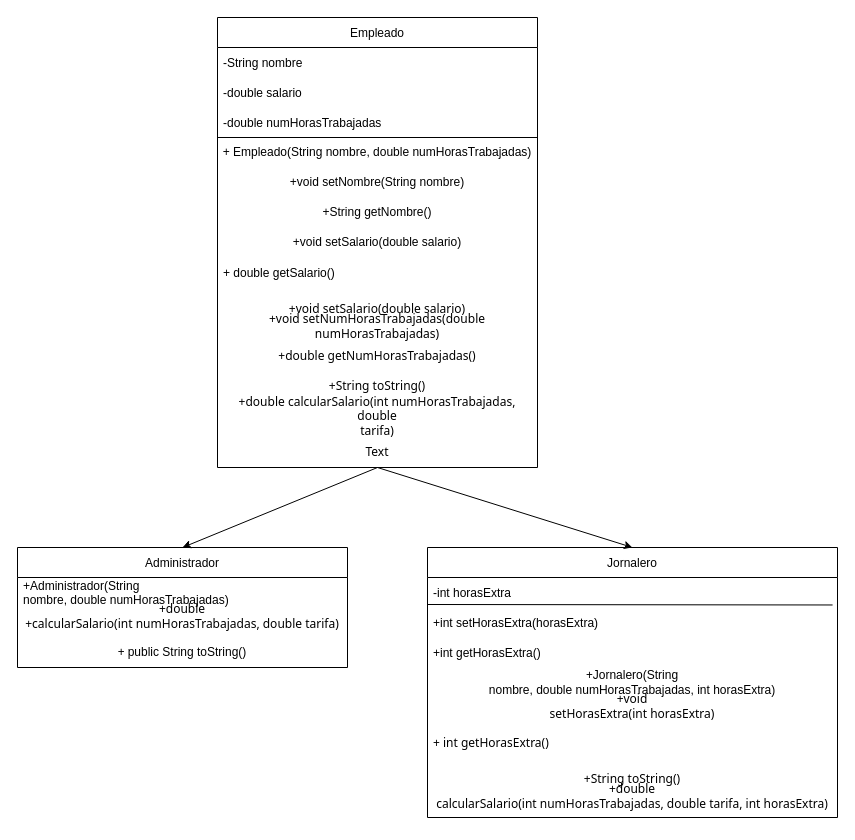
Above: Untitled Diagram.drawio in Ruthbcastro/POO (draw.io), before the change. Source tidied: cells renumbered, new cells numbered last; positions are measured from the earlier drawing's top-left corner, leaving out a move shared by most shapes. Both pictures are drawn from the tidied source at 100%, with x=0, y=0 at pixel (17, 17).
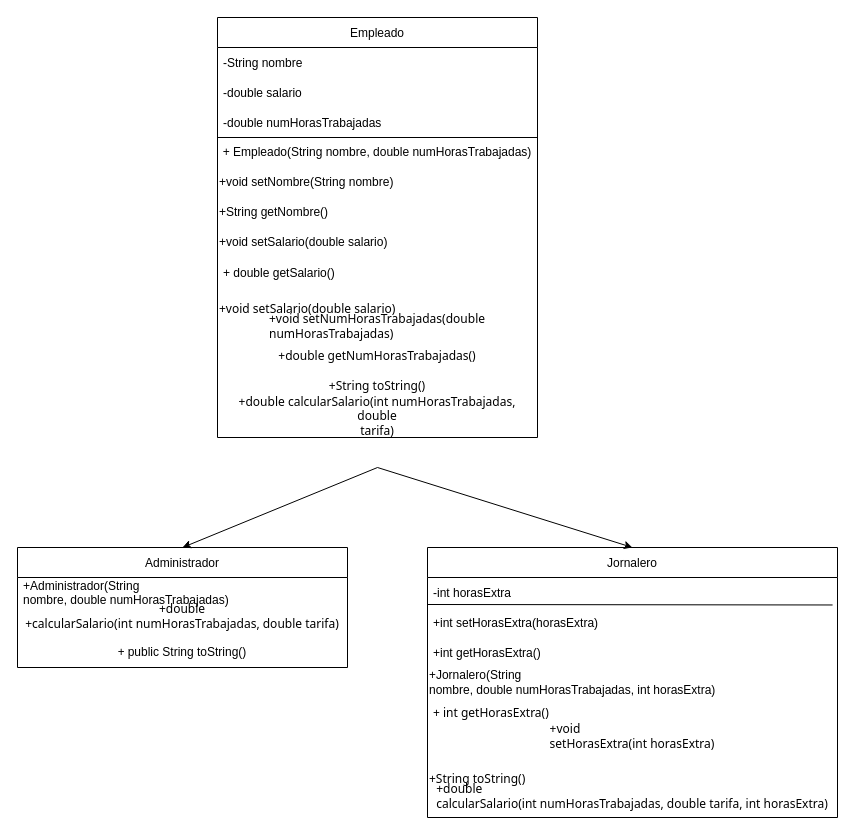
After the change.

The change refers to these unchanged cells:
```xml
<mxCell id="18" value="Jornalero" style="swimlane;fontStyle=0;horizontal=1;startSize=30;" parent="1" vertex="1">
  <mxGeometry x="410" y="530" width="410" height="270" as="geometry" />
</mxCell>
<mxCell id="28" value="Administrador" style="swimlane;fontStyle=0;horizontal=1;startSize=30;" parent="1" vertex="1">
  <mxGeometry y="530" width="330" height="120" as="geometry" />
</mxCell>
```

The edit, as a diff of the source:
```diff
@@
     <mxCell id="2" value="Empleado" style="swimlane;fontStyle=0;horizontal=1;startSize=30;" parent="1" vertex="1">
-      <mxGeometry x="200" width="320" height="450" as="geometry" />
+      <mxGeometry x="200" width="320" height="420" as="geometry" />
     </mxCell>
@@
-    <mxCell id="8" value="+void setNombre(String nombre)" style="text;html=1;strokeColor=none;fillColor=none;align=center;verticalAlign=middle;whiteSpace=wrap;rounded=0;" parent="2" vertex="1">
+    <mxCell id="8" value="+void setNombre(String nombre)" style="text;html=1;strokeColor=none;fillColor=none;align=left;verticalAlign=middle;whiteSpace=wrap;rounded=0;" parent="2" vertex="1">
       <mxGeometry y="150" width="320" height="30" as="geometry" />
     </mxCell>
-    <mxCell id="9" value="+String getNombre()" style="text;html=1;strokeColor=none;fillColor=none;align=center;verticalAlign=middle;whiteSpace=wrap;rounded=0;" parent="2" vertex="1">
+    <mxCell id="9" value="+String getNombre()" style="text;html=1;strokeColor=none;fillColor=none;align=left;verticalAlign=middle;whiteSpace=wrap;rounded=0;" parent="2" vertex="1">
       <mxGeometry y="180" width="320" height="30" as="geometry" />
     </mxCell>
-    <mxCell id="10" value="+void setSalario(double salario)" style="text;html=1;strokeColor=none;fillColor=none;align=center;verticalAlign=middle;whiteSpace=wrap;rounded=0;" parent="2" vertex="1">
+    <mxCell id="10" value="+void setSalario(double salario)" style="text;html=1;strokeColor=none;fillColor=none;align=left;verticalAlign=middle;whiteSpace=wrap;rounded=0;" parent="2" vertex="1">
       <mxGeometry y="210" width="320" height="30" as="geometry" />
     </mxCell>
@@
-    <mxCell id="12" value="&lt;p class=&quot;MsoNormal&quot; style=&quot;margin-bottom: 0cm ; line-height: normal&quot;&gt;&lt;span lang=&quot;EN-US&quot;&gt;&lt;font face=&quot;Tahoma&quot; style=&quot;font-size: 12px&quot;&gt;+void setSalario(double salario)&lt;/font&gt;&lt;/span&gt;&lt;/p&gt;" style="text;html=1;strokeColor=none;fillColor=none;align=center;verticalAlign=middle;whiteSpace=wrap;rounded=0;" parent="2" vertex="1">
+    <mxCell id="12" value="&lt;p class=&quot;MsoNormal&quot; style=&quot;margin-bottom: 0cm ; line-height: normal&quot;&gt;&lt;span lang=&quot;EN-US&quot;&gt;&lt;font face=&quot;Tahoma&quot; style=&quot;font-size: 12px&quot;&gt;+void setSalario(double salario)&lt;/font&gt;&lt;/span&gt;&lt;/p&gt;" style="text;html=1;strokeColor=none;fillColor=none;align=left;verticalAlign=middle;whiteSpace=wrap;rounded=0;" parent="2" vertex="1">
       <mxGeometry y="270" width="320" height="30" as="geometry" />
     </mxCell>
-    <mxCell id="13" value="&lt;font style=&quot;font-size: 12px&quot;&gt;+void setNumHorasTrabajadas(double&lt;br&gt;numHorasTrabajadas)&lt;/font&gt;&lt;p class=&quot;MsoNormal&quot; style=&quot;margin-bottom: 0cm ; line-height: normal&quot;&gt;&lt;span style=&quot;font-size: 12.0pt ; font-family: &amp;#34;segoe ui&amp;#34; , sans-serif&quot;&gt;&lt;/span&gt;&lt;/p&gt;" style="text;html=1;strokeColor=none;fillColor=none;align=center;verticalAlign=middle;whiteSpace=wrap;rounded=0;fontFamily=Tahoma;fontSize=12;" parent="2" vertex="1">
+    <mxCell id="13" value="&lt;div style=&quot;text-align: left&quot;&gt;&lt;span&gt;+void setNumHorasTrabajadas(double&lt;/span&gt;&lt;/div&gt;&lt;font style=&quot;font-size: 12px&quot;&gt;&lt;div style=&quot;text-align: left&quot;&gt;&lt;span&gt;numHorasTrabajadas)&lt;/span&gt;&lt;/div&gt;&lt;/font&gt;&lt;p class=&quot;MsoNormal&quot; style=&quot;margin-bottom: 0cm ; line-height: normal&quot;&gt;&lt;span style=&quot;font-size: 12.0pt ; font-family: &amp;#34;segoe ui&amp;#34; , sans-serif&quot;&gt;&lt;/span&gt;&lt;/p&gt;" style="text;html=1;strokeColor=none;fillColor=none;align=center;verticalAlign=middle;whiteSpace=wrap;rounded=0;fontFamily=Tahoma;fontSize=12;" parent="2" vertex="1">
       <mxGeometry y="300" width="320" height="30" as="geometry" />
     </mxCell>
-    <mxCell id="14" value="+&lt;span&gt;double getNumHorasTrabajadas()&lt;/span&gt;&lt;p class=&quot;MsoNormal&quot;&gt;&lt;/p&gt;" style="text;html=1;strokeColor=none;fillColor=none;align=center;verticalAlign=middle;whiteSpace=wrap;rounded=0;fontFamily=Tahoma;fontSize=12;" parent="2" vertex="1">
+    <mxCell id="14" value="&lt;div style=&quot;text-align: left&quot;&gt;&lt;span&gt;+&lt;/span&gt;&lt;span&gt;double getNumHorasTrabajadas()&lt;/span&gt;&lt;/div&gt;&lt;p class=&quot;MsoNormal&quot;&gt;&lt;/p&gt;" style="text;html=1;strokeColor=none;fillColor=none;align=center;verticalAlign=middle;whiteSpace=wrap;rounded=0;fontFamily=Tahoma;fontSize=12;" parent="2" vertex="1">
       <mxGeometry y="330" width="320" height="30" as="geometry" />
     </mxCell>
-    <mxCell id="15" value="+&lt;span&gt;String toString()&lt;/span&gt;&lt;p class=&quot;MsoNormal&quot;&gt;&lt;/p&gt;" style="text;html=1;strokeColor=none;fillColor=none;align=center;verticalAlign=middle;whiteSpace=wrap;rounded=0;fontFamily=Tahoma;fontSize=12;" parent="2" vertex="1">
+    <mxCell id="15" value="&lt;div style=&quot;text-align: left&quot;&gt;&lt;span&gt;+&lt;/span&gt;&lt;span&gt;String toString()&lt;/span&gt;&lt;/div&gt;&lt;p class=&quot;MsoNormal&quot;&gt;&lt;/p&gt;" style="text;html=1;strokeColor=none;fillColor=none;align=center;verticalAlign=middle;whiteSpace=wrap;rounded=0;fontFamily=Tahoma;fontSize=12;" parent="2" vertex="1">
       <mxGeometry y="360" width="320" height="30" as="geometry" />
     </mxCell>
@@
-    <mxCell id="17" value="Text" style="text;html=1;strokeColor=none;fillColor=none;align=center;verticalAlign=middle;whiteSpace=wrap;rounded=0;fontFamily=Tahoma;fontSize=12;" parent="2" vertex="1">
-      <mxGeometry y="420" width="320" height="30" as="geometry" />
-    </mxCell>
@@
-    <mxCell id="23" value="&lt;font style=&quot;font-size: 12px&quot;&gt;+&lt;span style=&quot;line-height: 107% ; font-family: &amp;#34;calibri&amp;#34; , sans-serif&quot;&gt;Jornalero(String&lt;br&gt;nombre, double numHorasTrabajadas, int horasExtra)&lt;/span&gt;&lt;/font&gt;" style="text;html=1;strokeColor=none;fillColor=none;align=center;verticalAlign=middle;whiteSpace=wrap;rounded=0;fontFamily=Tahoma;fontSize=12;" parent="18" vertex="1">
+    <mxCell id="23" value="&lt;font style=&quot;font-size: 12px&quot;&gt;+&lt;span style=&quot;line-height: 107% ; font-family: &amp;#34;calibri&amp;#34; , sans-serif&quot;&gt;Jornalero(String&lt;br&gt;nombre, double numHorasTrabajadas, int horasExtra)&lt;/span&gt;&lt;/font&gt;" style="text;html=1;strokeColor=none;fillColor=none;align=left;verticalAlign=middle;whiteSpace=wrap;rounded=0;fontFamily=Tahoma;fontSize=12;" parent="18" vertex="1">
       <mxGeometry y="120" width="410" height="30" as="geometry" />
     </mxCell>
+    <mxCell id="25" value="+ int getHorasExtra()" style="text;strokeColor=none;fillColor=none;align=left;verticalAlign=middle;spacingLeft=4;spacingRight=4;overflow=hidden;fontFamily=Tahoma;fontSize=12;" parent="18" vertex="1">
+      <mxGeometry y="150" width="410" height="30" as="geometry" />
+    </mxCell>
-    <mxCell id="24" value="+&lt;span&gt;void&lt;br/&gt;setHorasExtra(int horasExtra)&lt;/span&gt;&lt;p class=&quot;MsoNormal&quot; style=&quot;margin-bottom: 0cm ; line-height: normal&quot;&gt;&lt;/p&gt;" style="text;html=1;strokeColor=none;fillColor=none;align=center;verticalAlign=middle;whiteSpace=wrap;rounded=0;fontFamily=Tahoma;fontSize=12;" parent="18" vertex="1">
-      <mxGeometry y="150" width="410" height="30" as="geometry" />
+    <mxCell id="24" value="&lt;div style=&quot;text-align: left&quot;&gt;&lt;span&gt;+&lt;/span&gt;&lt;span&gt;void&lt;/span&gt;&lt;/div&gt;&lt;span&gt;&lt;div style=&quot;text-align: left&quot;&gt;&lt;span&gt;setHorasExtra(int horasExtra)&lt;/span&gt;&lt;/div&gt;&lt;/span&gt;&lt;p class=&quot;MsoNormal&quot; style=&quot;margin-bottom: 0cm ; line-height: normal&quot;&gt;&lt;/p&gt;" style="text;html=1;strokeColor=none;fillColor=none;align=center;verticalAlign=middle;whiteSpace=wrap;rounded=0;fontFamily=Tahoma;fontSize=12;" parent="18" vertex="1">
+      <mxGeometry y="180" width="410" height="30" as="geometry" />
     </mxCell>
-    <mxCell id="25" value="+ int getHorasExtra()" style="text;strokeColor=none;fillColor=none;align=left;verticalAlign=middle;spacingLeft=4;spacingRight=4;overflow=hidden;fontFamily=Tahoma;fontSize=12;" parent="18" vertex="1">
-      <mxGeometry y="180" width="410" height="30" as="geometry" />
-    </mxCell>
-    <mxCell id="26" value="&lt;p class=&quot;MsoNormal&quot; style=&quot;margin-bottom: 0cm ; line-height: normal&quot;&gt;+String toString()&lt;/p&gt;" style="text;html=1;strokeColor=none;fillColor=none;align=center;verticalAlign=middle;whiteSpace=wrap;rounded=0;fontFamily=Tahoma;fontSize=12;" parent="18" vertex="1">
+    <mxCell id="26" value="&lt;p class=&quot;MsoNormal&quot; style=&quot;margin-bottom: 0cm ; line-height: normal&quot;&gt;+String toString()&lt;/p&gt;" style="text;html=1;strokeColor=none;fillColor=none;align=left;verticalAlign=middle;whiteSpace=wrap;rounded=0;fontFamily=Tahoma;fontSize=12;" parent="18" vertex="1">
       <mxGeometry y="210" width="410" height="30" as="geometry" />
     </mxCell>
-    <mxCell id="27" value="+&lt;span&gt;double&lt;br/&gt;calcularSalario(int numHorasTrabajadas, double tarifa, int horasExtra)&lt;/span&gt;&lt;p class=&quot;MsoNormal&quot; style=&quot;margin-bottom: 0cm ; line-height: normal&quot;&gt;&lt;/p&gt;" style="text;html=1;strokeColor=none;fillColor=none;align=center;verticalAlign=middle;whiteSpace=wrap;rounded=0;fontFamily=Tahoma;fontSize=12;" parent="18" vertex="1">
+    <mxCell id="27" value="&lt;div style=&quot;text-align: left&quot;&gt;&lt;span&gt;+&lt;/span&gt;&lt;span&gt;double&lt;/span&gt;&lt;/div&gt;&lt;span&gt;&lt;div style=&quot;text-align: left&quot;&gt;&lt;span&gt;calcularSalario(int numHorasTrabajadas, double tarifa, int horasExtra)&lt;/span&gt;&lt;/div&gt;&lt;/span&gt;&lt;p class=&quot;MsoNormal&quot; style=&quot;margin-bottom: 0cm ; line-height: normal&quot;&gt;&lt;/p&gt;" style="text;html=1;strokeColor=none;fillColor=none;align=center;verticalAlign=middle;whiteSpace=wrap;rounded=0;fontFamily=Tahoma;fontSize=12;" parent="18" vertex="1">
       <mxGeometry y="240" width="410" height="30" as="geometry" />
     </mxCell>
@@
-    <mxCell id="32" style="endArrow=classic;html=1;rounded=0;fontFamily=Tahoma;fontSize=12;exitX=0.5;exitY=1;exitDx=0;exitDy=0;entryX=0.5;entryY=0;entryDx=0;entryDy=0;" parent="1" edge="1" source="17" target="28">
-      <mxGeometry relative="1" as="geometry" />
+    <mxCell id="32" style="endArrow=classic;html=1;rounded=0;fontFamily=Tahoma;fontSize=12;exitX=0.5;exitY=1;exitDx=0;exitDy=0;entryX=0.5;entryY=0;entryDx=0;entryDy=0;" parent="1" edge="1" target="28">
+      <mxGeometry relative="1" as="geometry">
+        <mxPoint x="360" y="450" as="sourcePoint" />
+      </mxGeometry>
     </mxCell>
-    <mxCell id="33" style="endArrow=classic;html=1;rounded=0;fontFamily=Tahoma;fontSize=12;entryX=0.5;entryY=0;entryDx=0;entryDy=0;exitX=0.5;exitY=1;exitDx=0;exitDy=0;" parent="1" edge="1" source="17" target="18">
-      <mxGeometry relative="1" as="geometry" />
+    <mxCell id="33" style="endArrow=classic;html=1;rounded=0;fontFamily=Tahoma;fontSize=12;entryX=0.5;entryY=0;entryDx=0;entryDy=0;exitX=0.5;exitY=1;exitDx=0;exitDy=0;" parent="1" edge="1" target="18">
+      <mxGeometry relative="1" as="geometry">
+        <mxPoint x="360" y="450" as="sourcePoint" />
+      </mxGeometry>
     </mxCell>
```
